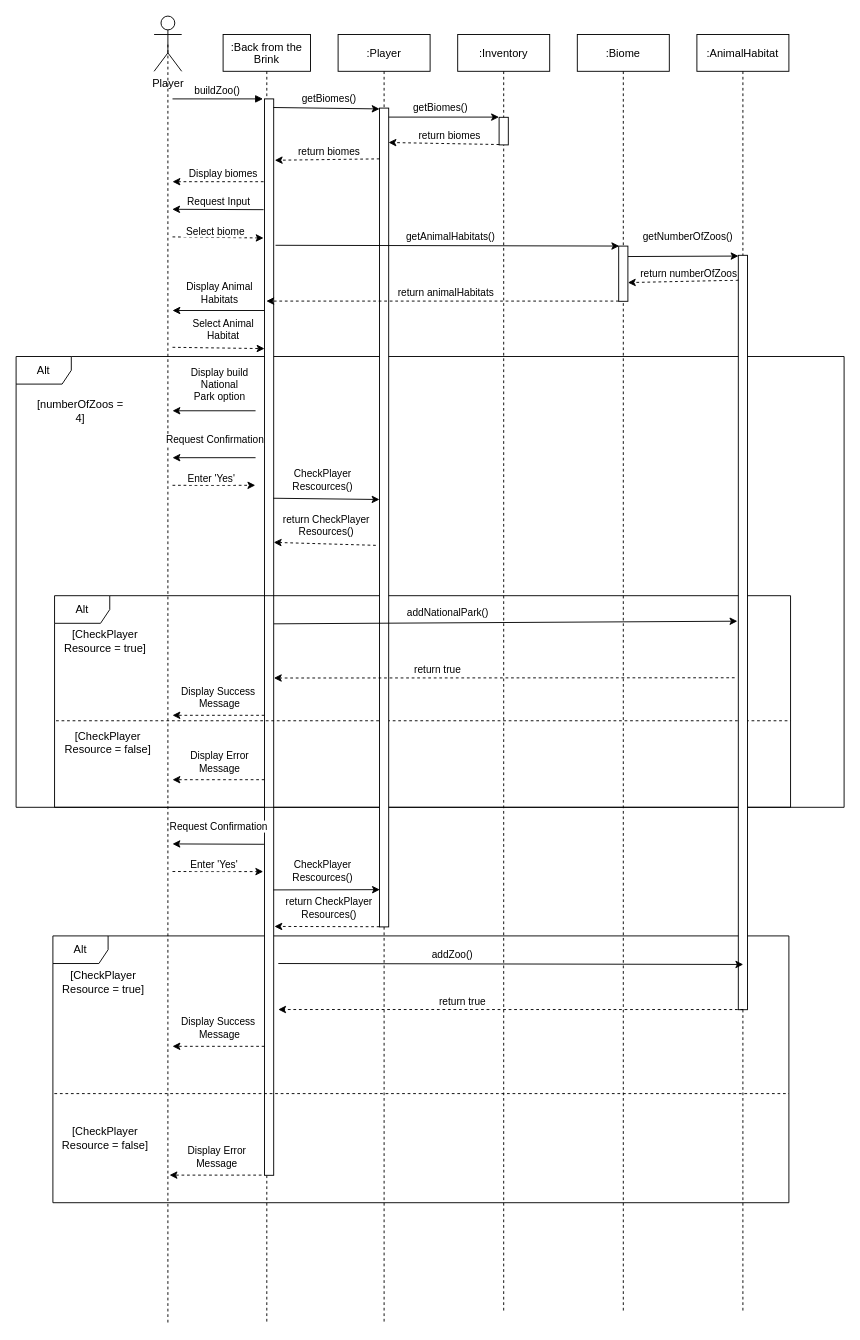
Before: Documentation/Sequence Diagrams/Build Zoo (Draft).drawio in cmcgarry5/csc2058-2021-g25, a draw.io diagram. Source tidied: cells renumbered, new cells numbered last; positions are measured from the earlier drawing's top-left corner, leaving out a move shared by most shapes. Both pictures are drawn from the tidied source at 92%, with x=0, y=0 at pixel (16, 16).
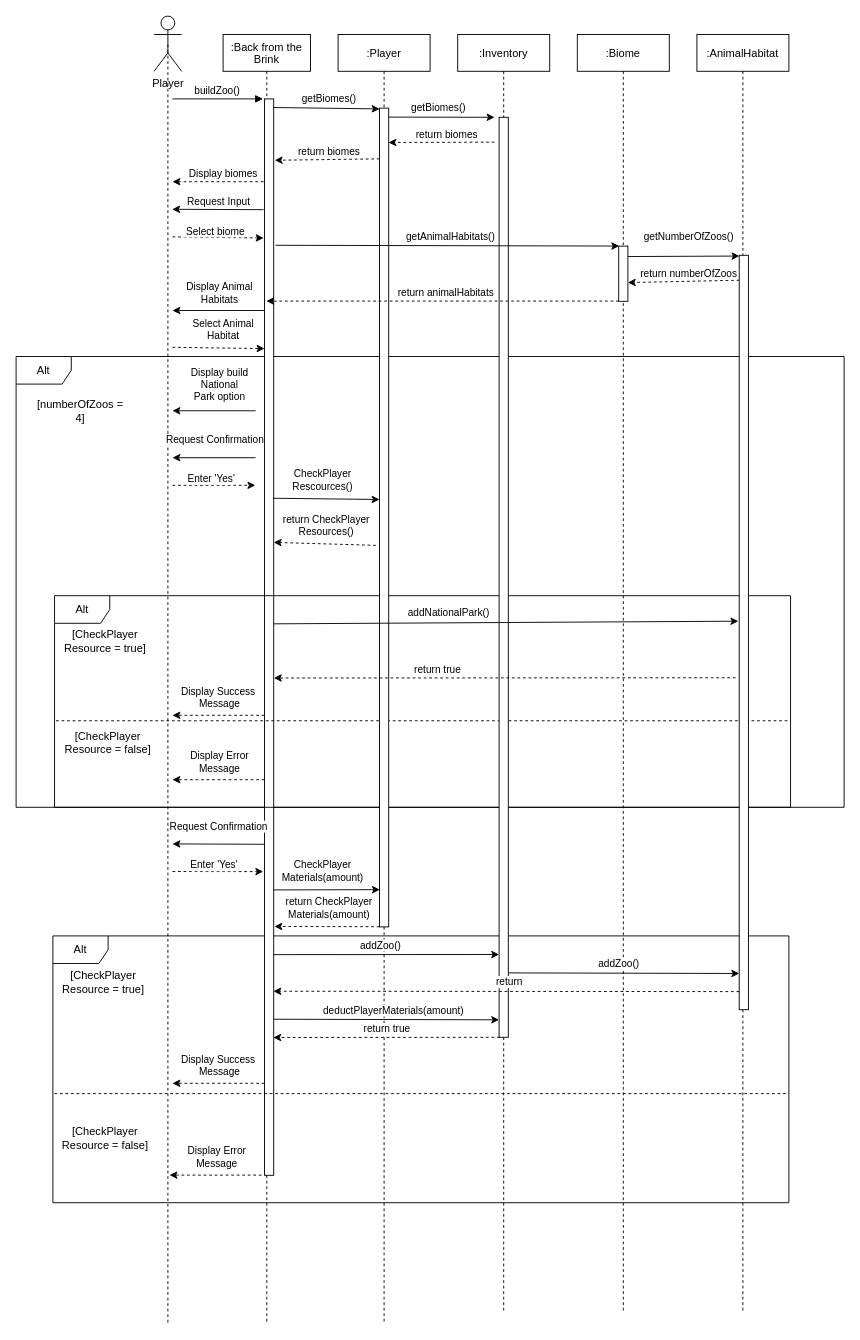
The same page after the edit.

The change refers to these unchanged cells:
```xml
<mxCell id="2" value="Alt" style="shape=umlFrame;whiteSpace=wrap;html=1;fillColor=none;" parent="1" vertex="1">
  <mxGeometry x="40" y="999.8" width="800" height="290" as="geometry" />
</mxCell>
<mxCell id="6" style="points=[];perimeter=orthogonalPerimeter;rounded=0;shadow=0;strokeWidth=1;" parent="5" vertex="1">
  <mxGeometry x="45" y="70" width="10" height="1170" as="geometry" />
</mxCell>
<mxCell id="15" style="points=[];perimeter=orthogonalPerimeter;rounded=0;shadow=0;strokeWidth=1;" parent="14" vertex="1">
  <mxGeometry x="45" y="80" width="10" height="890" as="geometry" />
</mxCell>
<mxCell id="16" value=":Inventory" style="shape=umlLifeline;perimeter=lifelinePerimeter;rounded=0;shadow=0;strokeWidth=1;" parent="1" vertex="1">
  <mxGeometry x="480" y="20" width="100" height="1390" as="geometry" />
</mxCell>
<mxCell id="35" value=":AnimalHabitat" style="shape=umlLifeline;perimeter=lifelinePerimeter;rounded=0;shadow=0;strokeWidth=1;" parent="1" vertex="1">
  <mxGeometry x="740" y="20" width="100" height="1390" as="geometry" />
</mxCell>
<mxCell id="51" style="endArrow=classic;html=1;exitX=0.969;exitY=0.75;exitDx=0;exitDy=0;exitPerimeter=0;entryX=0.042;entryY=0.958;entryDx=0;entryDy=0;entryPerimeter=0;" parent="1" edge="1">
  <mxGeometry relative="1" as="geometry">
    <mxPoint x="279.7" y="949.8" as="sourcePoint" />
    <mxPoint x="395.4" y="949.5" as="targetPoint" />
  </mxGeometry>
</mxCell>
<mxCell id="56" style="endArrow=classic;html=1;dashed=1;exitX=0.001;exitY=1;exitDx=0;exitDy=0;exitPerimeter=0;entryX=1.079;entryY=0.782;entryDx=0;entryDy=0;entryPerimeter=0;" parent="1" edge="1">
  <mxGeometry relative="1" as="geometry">
    <mxPoint x="395" y="989.8" as="sourcePoint" />
    <mxPoint x="280.8" y="989.5" as="targetPoint" />
  </mxGeometry>
</mxCell>
```

Diff of the diagram source:
```diff
@@
     <mxCell id="17" style="points=[];perimeter=orthogonalPerimeter;rounded=0;shadow=0;strokeWidth=1;" parent="16" vertex="1">
-      <mxGeometry x="45" y="90" width="10" height="30" as="geometry" />
+      <mxGeometry x="45" y="90" width="10" height="1000" as="geometry" />
     </mxCell>
@@
-    <mxCell id="25" style="endArrow=classic;html=1;exitX=1.012;exitY=0.011;exitDx=0;exitDy=0;exitPerimeter=0;entryX=-0.016;entryY=-0.007;entryDx=0;entryDy=0;entryPerimeter=0;" parent="1" edge="1" source="15" target="17">
-      <mxGeometry relative="1" as="geometry" />
+    <mxCell id="25" style="endArrow=classic;html=1;exitX=1.012;exitY=0.011;exitDx=0;exitDy=0;exitPerimeter=0;" parent="1" edge="1" source="15">
+      <mxGeometry relative="1" as="geometry">
+        <mxPoint x="520" y="110" as="targetPoint" />
+      </mxGeometry>
     </mxCell>
@@
-    <mxCell id="27" style="endArrow=classic;html=1;dashed=1;exitX=0.02;exitY=0.987;exitDx=0;exitDy=0;exitPerimeter=0;entryX=0.98;entryY=0.042;entryDx=0;entryDy=0;entryPerimeter=0;" parent="1" edge="1" source="17" target="15">
-      <mxGeometry relative="1" as="geometry" />
+    <mxCell id="27" style="endArrow=classic;html=1;dashed=1;entryX=0.98;entryY=0.042;entryDx=0;entryDy=0;entryPerimeter=0;" parent="1" edge="1" target="15">
+      <mxGeometry relative="1" as="geometry">
+        <mxPoint x="520" y="137" as="sourcePoint" />
+      </mxGeometry>
     </mxCell>
@@
     <mxCell id="36" style="points=[];perimeter=orthogonalPerimeter;rounded=0;shadow=0;strokeWidth=1;" parent="35" vertex="1">
-      <mxGeometry x="45" y="240" width="10" height="820" as="geometry" />
+      <mxGeometry x="46" y="240" width="10" height="820" as="geometry" />
     </mxCell>
@@
-    <mxCell id="52" value="CheckPlayer&lt;br&gt;Rescources()" style="edgeLabel;html=1;align=center;verticalAlign=middle;" parent="51" vertex="1">
+    <mxCell id="52" value="CheckPlayer&lt;br&gt;Materials(amount)" style="edgeLabel;html=1;align=center;verticalAlign=middle;" parent="51" vertex="1">
       <mxGeometry x="-0.09" y="-1" relative="1" as="geometry">
         <mxPoint y="-21" as="offset" />
       </mxGeometry>
     </mxCell>
@@
-    <mxCell id="57" value="return CheckPlayer&lt;br&gt;Resources()" style="edgeLabel;html=1;align=center;verticalAlign=middle;" parent="56" vertex="1">
+    <mxCell id="57" value="return CheckPlayer&lt;br&gt;Materials(amount)" style="edgeLabel;html=1;align=center;verticalAlign=middle;" parent="56" vertex="1">
       <mxGeometry x="-0.09" y="-1" relative="1" as="geometry">
         <mxPoint x="-3.5" y="-19" as="offset" />
       </mxGeometry>
     </mxCell>
@@
     <mxCell id="63" style="endArrow=classic;html=1;dashed=1;" parent="1" edge="1">
       <mxGeometry relative="1" as="geometry">
-        <mxPoint x="270" y="1119.8" as="sourcePoint" />
-        <mxPoint x="170" y="1119.8" as="targetPoint" />
+        <mxPoint x="270" y="1160" as="sourcePoint" />
+        <mxPoint x="170" y="1160" as="targetPoint" />
       </mxGeometry>
     </mxCell>
@@
-    <mxCell id="78" style="endArrow=classic;html=1;entryX=0.938;entryY=0.107;entryDx=0;entryDy=0;entryPerimeter=0;" parent="1" edge="1" target="2">
-      <mxGeometry relative="1" as="geometry">
-        <mxPoint x="285" y="1029.8" as="sourcePoint" />
-      </mxGeometry>
+    <mxCell id="78" style="endArrow=classic;html=1;exitX=1;exitY=0.795;exitDx=0;exitDy=0;exitPerimeter=0;entryX=0;entryY=0.91;entryDx=0;entryDy=0;entryPerimeter=0;" parent="1" edge="1" source="6" target="17">
+      <mxGeometry relative="1" as="geometry" />
     </mxCell>
     <mxCell id="79" value="addZoo()" style="edgeLabel;html=1;align=center;verticalAlign=middle;" parent="78" vertex="1">
       <mxGeometry x="0.2" relative="1" as="geometry">
-        <mxPoint x="-114" y="-10.6" as="offset" />
+        <mxPoint x="-31" y="-10.6" as="offset" />
       </mxGeometry>
     </mxCell>
-    <mxCell id="80" style="endArrow=classic;html=1;dashed=1;entryX=0.31;entryY=0.389;entryDx=0;entryDy=0;entryPerimeter=0;exitX=0.938;exitY=0.276;exitDx=0;exitDy=0;exitPerimeter=0;" parent="1" edge="1" source="2">
-      <mxGeometry relative="1" as="geometry">
-        <mxPoint x="284.9" y="1079.8" as="targetPoint" />
-      </mxGeometry>
-    </mxCell>
-    <mxCell id="81" value="return true" style="edgeLabel;html=1;align=center;verticalAlign=middle;" parent="80" vertex="1">
-      <mxGeometry x="-0.26" relative="1" as="geometry">
-        <mxPoint x="-119" y="-9.5" as="offset" />
-      </mxGeometry>
-    </mxCell>
@@
+    <mxCell id="84" style="endArrow=classic;html=1;dashed=1;entryX=0.967;entryY=0.829;entryDx=0;entryDy=0;entryPerimeter=0;exitX=0;exitY=0.976;exitDx=0;exitDy=0;exitPerimeter=0;" parent="1" edge="1" source="36" target="6">
+      <mxGeometry relative="1" as="geometry" />
+    </mxCell>
+    <mxCell id="85" value="return" style="edgeLabel;html=1;align=center;verticalAlign=middle;" parent="84" vertex="1">
+      <mxGeometry x="-0.26" relative="1" as="geometry">
+        <mxPoint x="-63.1" y="-10.3" as="offset" />
+      </mxGeometry>
+    </mxCell>
+    <mxCell id="86" style="endArrow=classic;html=1;exitX=1.033;exitY=0.855;exitDx=0;exitDy=0;exitPerimeter=0;entryX=0;entryY=0.981;entryDx=0;entryDy=0;entryPerimeter=0;" parent="1" edge="1" source="6" target="17">
+      <mxGeometry relative="1" as="geometry" />
+    </mxCell>
+    <mxCell id="87" value="deductPlayerMaterials(amount)" style="edgeLabel;html=1;align=center;verticalAlign=middle;" parent="86" vertex="1">
+      <mxGeometry x="0.21" y="1" relative="1" as="geometry">
+        <mxPoint x="-19.2" y="-9" as="offset" />
+      </mxGeometry>
+    </mxCell>
+    <mxCell id="88" style="endArrow=classic;html=1;dashed=1;entryX=0.967;entryY=0.872;entryDx=0;entryDy=0;entryPerimeter=0;exitX=0.067;exitY=1;exitDx=0;exitDy=0;exitPerimeter=0;" parent="1" edge="1" source="17" target="6">
+      <mxGeometry relative="1" as="geometry" />
+    </mxCell>
+    <mxCell id="81" value="return true" style="edgeLabel;html=1;align=center;verticalAlign=middle;" parent="88" vertex="1">
+      <mxGeometry x="-0.26" relative="1" as="geometry">
+        <mxPoint x="-32.6" y="-10" as="offset" />
+      </mxGeometry>
+    </mxCell>
+    <mxCell id="89" style="endArrow=classic;html=1;exitX=1;exitY=0.93;exitDx=0;exitDy=0;exitPerimeter=0;entryX=0;entryY=0.952;entryDx=0;entryDy=0;entryPerimeter=0;" parent="1" edge="1" source="17" target="36">
+      <mxGeometry relative="1" as="geometry" />
+    </mxCell>
+    <mxCell id="90" value="addZoo()" style="edgeLabel;html=1;align=center;verticalAlign=middle;" parent="89" vertex="1">
+      <mxGeometry x="0.2" relative="1" as="geometry">
+        <mxPoint x="-31" y="-10.6" as="offset" />
+      </mxGeometry>
+    </mxCell>
```
